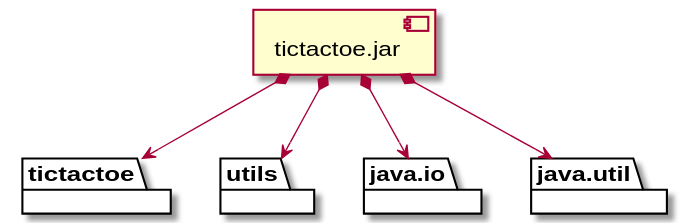
Before: domainModel/docs/diagrams/out/vistas/desarrollo_implementacion.svg, a diagram exported from PlantUML (Jolucaa/USantaTecla-project-ticTacToe). Source of this version:
```plantuml
@startuml
package "  "  as tictactoe {
}
package "  "  as utils {
}
package "  "  as java.io {
}
package "  "  as java.util {
}

[tictactoe.jar] as jar

jar *--> tictactoe
jar *--> utils
jar *--> java.io
jar *--> java.util
@enduml
```
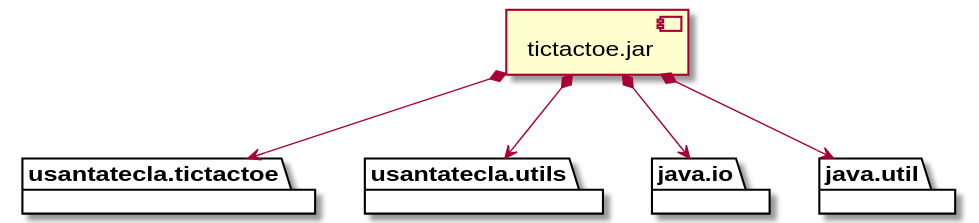
The same file after the commit.

What changed in the source:
```diff
@@ -1,7 +1,7 @@
 @startuml
-package "  "  as tictactoe {
+package "  "  as usantatecla.tictactoe {
 }
-package "  "  as utils {
+package "  "  as usantatecla.utils {
 }
 package "  "  as java.io {
 }
@@ -10,8 +10,8 @@
 
 [tictactoe.jar] as jar
 
-jar *--> tictactoe
-jar *--> utils
+jar *--> usantatecla.tictactoe
+jar *--> usantatecla.utils
 jar *--> java.io
 jar *--> java.util
 @enduml
```
